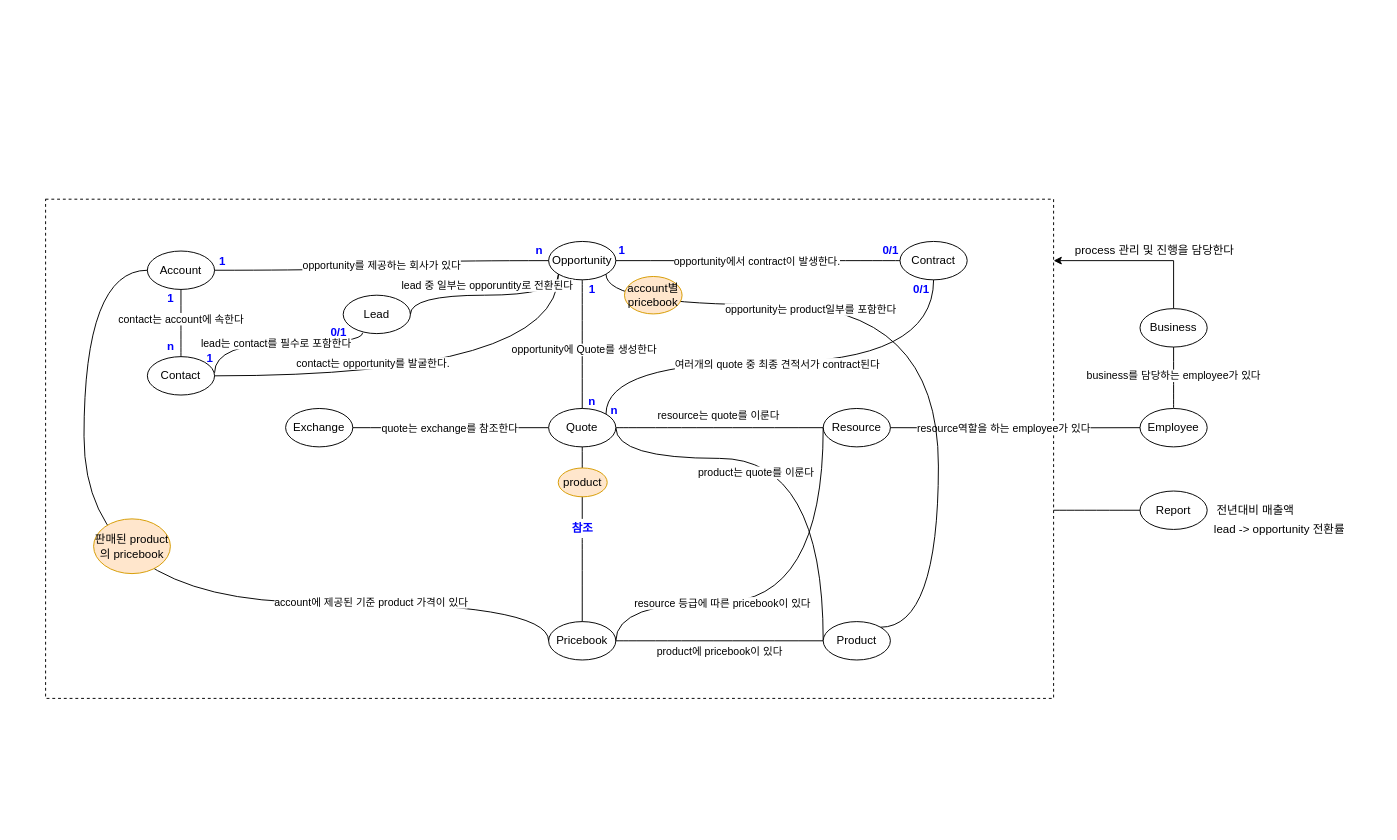
This is page "Copy of 개념설계_수정" (3 of 4) of newyork프로젝트_개념설계.drawio from cknet-saleforce/newyork, a draw.io file, before an edit. Source tidied: cells renumbered, new cells numbered last; positions are measured from the earlier drawing's top-left corner, leaving out a move shared by most shapes. Both pictures are drawn from the tidied source at 96%, with x=0, y=0 at pixel (45, 199).
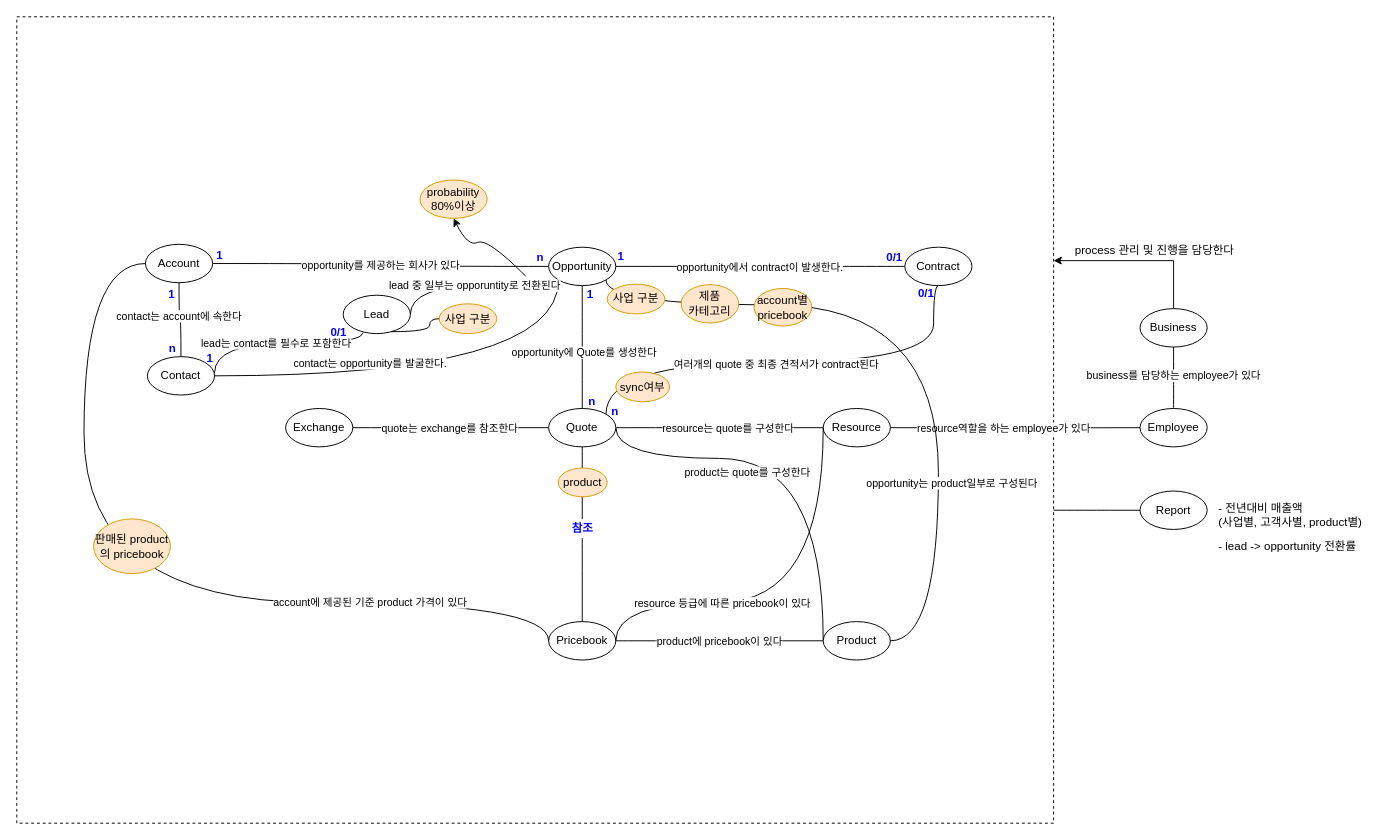
The same diagram, later.

Commit message:
Update newyork프로젝트_개념설계.drawio

Unchanged cells that the change refers to:
```xml
<mxCell id="8" value="Pricebook" style="ellipse;whiteSpace=wrap;html=1;" parent="1" vertex="1">
  <mxGeometry x="524" y="440" width="70" height="40" as="geometry" />
</mxCell>
<mxCell id="20" style="edgeStyle=orthogonalEdgeStyle;jettySize=auto;html=1;entryX=0;entryY=0.5;entryDx=0;entryDy=0;strokeColor=default;curved=1;endArrow=none;endFill=0;exitX=1;exitY=0.5;exitDx=0;exitDy=0;" parent="1" edge="1" source="8" target="33">
  <mxGeometry relative="1" as="geometry" />
</mxCell>
<mxCell id="22" style="edgeStyle=orthogonalEdgeStyle;jettySize=auto;html=1;entryX=1;entryY=0.5;entryDx=0;entryDy=0;strokeColor=default;curved=1;endArrow=none;endFill=0;exitX=0;exitY=0.5;exitDx=0;exitDy=0;" parent="1" edge="1" source="33" target="32">
  <mxGeometry relative="1" as="geometry">
    <Array as="points">
      <mxPoint x="810" y="270" />
      <mxPoint x="594" y="270" />
    </Array>
  </mxGeometry>
</mxCell>
<mxCell id="30" style="edgeStyle=orthogonalEdgeStyle;jettySize=auto;html=1;entryX=0;entryY=0.5;entryDx=0;entryDy=0;strokeColor=default;curved=1;endArrow=none;endFill=0;exitX=1;exitY=0.5;exitDx=0;exitDy=0;" parent="1" edge="1" source="32" target="7">
  <mxGeometry relative="1" as="geometry" />
</mxCell>
<mxCell id="33" value="Product" style="ellipse;whiteSpace=wrap;html=1;" parent="1" vertex="1">
  <mxGeometry x="810" y="440" width="70" height="40" as="geometry" />
</mxCell>
```

The edit, as a diff of the source:
```diff
@@
     <mxCell id="2" style="rounded=0;whiteSpace=wrap;html=1;fillColor=none;dashed=1;strokeWidth=1;" parent="1" vertex="1">
-      <mxGeometry width="1050" height="520" as="geometry" />
+      <mxGeometry x="-30" y="-190" width="1080" height="840" as="geometry" />
     </mxCell>
     <mxCell id="3" value="Account" style="ellipse;whiteSpace=wrap;html=1;" parent="1" vertex="1">
-      <mxGeometry x="106" y="54" width="70" height="40" as="geometry" />
+      <mxGeometry x="104" y="47" width="70" height="40" as="geometry" />
     </mxCell>
@@
     <mxCell id="5" value="Opportunity" style="ellipse;whiteSpace=wrap;html=1;" parent="1" vertex="1">
-      <mxGeometry x="524" y="44" width="70" height="40" as="geometry" />
+      <mxGeometry x="524" y="50" width="70" height="40" as="geometry" />
     </mxCell>
     <mxCell id="6" value="Contract" style="ellipse;whiteSpace=wrap;html=1;" parent="1" vertex="1">
-      <mxGeometry x="890" y="44" width="70" height="40" as="geometry" />
+      <mxGeometry x="895" y="50" width="70" height="40" as="geometry" />
     </mxCell>
@@
     <mxCell id="21" value="product에 pricebook이 있다" style="edgeLabel;html=1;align=center;verticalAlign=middle;" parent="20" vertex="1">
       <mxGeometry x="0.12" y="6" relative="1" as="geometry">
-        <mxPoint x="-14" y="16" as="offset" />
+        <mxPoint x="-14" y="6" as="offset" />
       </mxGeometry>
     </mxCell>
@@
-    <mxCell id="23" value="product는 quote를 이룬다" style="edgeLabel;html=1;align=center;verticalAlign=middle;" parent="22" vertex="1">
+    <mxCell id="23" value="product는 quote를 구성한다" style="edgeLabel;html=1;align=center;verticalAlign=middle;" parent="22" vertex="1">
       <mxGeometry x="-0.21" y="3" relative="1" as="geometry">
-        <mxPoint x="-68" y="-3" as="offset" />
+        <mxPoint x="-77" y="-3" as="offset" />
       </mxGeometry>
     </mxCell>
@@
     <mxCell id="26" value="account에 제공된 기준 product 가격이 있다" style="edgeStyle=orthogonalEdgeStyle;jettySize=auto;html=1;entryX=0;entryY=0.5;entryDx=0;entryDy=0;strokeColor=default;curved=1;endArrow=none;endFill=0;exitX=0;exitY=0.5;exitDx=0;exitDy=0;" parent="1" edge="1" source="8" target="3">
       <mxGeometry x="-0.52" relative="1" as="geometry">
         <Array as="points">
           <mxPoint x="524" y="420" />
           <mxPoint x="40" y="420" />
-          <mxPoint x="40" y="74" />
+          <mxPoint x="40" y="67" />
         </Array>
       </mxGeometry>
     </mxCell>
@@
-    <mxCell id="31" value="resource는 quote를 이룬다" style="edgeLabel;html=1;align=center;verticalAlign=middle;" parent="30" vertex="1">
+    <mxCell id="31" value="resource는 quote를 구성한다" style="edgeLabel;html=1;align=center;verticalAlign=middle;" parent="30" vertex="1">
       <mxGeometry x="-0.08" y="4" relative="1" as="geometry">
-        <mxPoint x="7" y="-10" as="offset" />
+        <mxPoint x="17" y="4" as="offset" />
       </mxGeometry>
     </mxCell>
@@
     <mxCell id="40" value="lead 중 일부는 opporuntity로 전환된다" style="edgeStyle=orthogonalEdgeStyle;jettySize=auto;html=1;entryX=0;entryY=1;entryDx=0;entryDy=0;strokeColor=default;curved=1;endArrow=none;endFill=0;" parent="1" edge="1" target="5">
-      <mxGeometry x="0.02" y="10" relative="1" as="geometry">
+      <mxGeometry x="0.02" relative="1" as="geometry">
         <mxPoint x="380" y="120" as="sourcePoint" />
         <Array as="points">
-          <mxPoint x="380" y="100" />
-          <mxPoint x="534" y="100" />
+          <mxPoint x="380" y="90" />
+          <mxPoint x="534" y="90" />
         </Array>
       </mxGeometry>
     </mxCell>
@@
-    <mxCell id="46" value="전년대비 매출액" style="text;html=1;align=center;verticalAlign=middle;strokeColor=none;fillColor=none;" parent="1" vertex="1">
-      <mxGeometry x="1210" y="314" width="100" height="20" as="geometry" />
+    <mxCell id="46" value="- 전년대비 매출액&lt;br&gt;(사업별, 고객사별, product별)" style="text;html=1;align=left;verticalAlign=middle;strokeColor=none;fillColor=none;" parent="1" vertex="1">
+      <mxGeometry x="1220" y="314" width="170" height="30" as="geometry" />
     </mxCell>
-    <mxCell id="47" value="lead -&amp;gt; opportunity 전환률" style="text;html=1;align=center;verticalAlign=middle;strokeColor=none;fillColor=none;" parent="1" vertex="1">
-      <mxGeometry x="1210" y="334" width="150" height="20" as="geometry" />
+    <mxCell id="47" value="- lead -&amp;gt; opportunity 전환률" style="text;html=1;align=left;verticalAlign=middle;strokeColor=none;fillColor=none;" parent="1" vertex="1">
+      <mxGeometry x="1220" y="351.5" width="160" height="20" as="geometry" />
     </mxCell>
-    <mxCell id="48" style="edgeStyle=orthogonalEdgeStyle;jettySize=auto;html=1;strokeColor=default;curved=1;endArrow=none;endFill=0;exitX=1;exitY=1;exitDx=0;exitDy=0;entryX=1;entryY=0;entryDx=0;entryDy=0;" parent="1" edge="1" source="5" target="33">
+    <mxCell id="48" style="edgeStyle=orthogonalEdgeStyle;jettySize=auto;html=1;strokeColor=default;curved=1;endArrow=none;endFill=0;exitX=1;exitY=1;exitDx=0;exitDy=0;entryX=1;entryY=0.5;entryDx=0;entryDy=0;" parent="1" edge="1" source="5" target="33">
       <mxGeometry relative="1" as="geometry">
         <Array as="points">
           <mxPoint x="584" y="110" />
           <mxPoint x="930" y="110" />
-          <mxPoint x="930" y="446" />
+          <mxPoint x="930" y="460" />
         </Array>
       </mxGeometry>
     </mxCell>
-    <mxCell id="49" value="opportunity는 product일부를 포함한다" style="edgeLabel;html=1;align=center;verticalAlign=middle;" parent="48" vertex="1">
+    <mxCell id="49" value="opportunity는 product일부로 구성된다" style="edgeLabel;html=1;align=center;verticalAlign=middle;" parent="48" vertex="1">
       <mxGeometry x="-0.17" y="4" relative="1" as="geometry">
-        <mxPoint x="-76" y="8" as="offset" />
+        <mxPoint x="66" y="189" as="offset" />
       </mxGeometry>
     </mxCell>
     <mxCell id="50" value="account별pricebook" style="ellipse;whiteSpace=wrap;html=1;fillColor=#ffe6cc;strokeColor=#d79b00;" parent="1" vertex="1">
-      <mxGeometry x="603" y="80.5" width="60" height="39" as="geometry" />
+      <mxGeometry x="738" y="93" width="60" height="39" as="geometry" />
     </mxCell>
     <mxCell id="51" value="1" style="text;html=1;align=center;verticalAlign=middle;strokeColor=none;fillColor=none;fontStyle=1;fontColor=#0000FF;" parent="1" vertex="1">
-      <mxGeometry x="590" y="44" width="20" height="20" as="geometry" />
+      <mxGeometry x="589" y="50" width="20" height="20" as="geometry" />
     </mxCell>
     <mxCell id="52" value="0/1" style="text;html=1;align=center;verticalAlign=middle;strokeColor=none;fillColor=none;fontStyle=1;fontColor=#0000FF;" parent="1" vertex="1">
-      <mxGeometry x="865" y="44" width="30" height="20" as="geometry" />
+      <mxGeometry x="869" y="51" width="30" height="20" as="geometry" />
     </mxCell>
@@
     <mxCell id="54" value="1" style="text;html=1;align=center;verticalAlign=middle;strokeColor=none;fillColor=none;fontStyle=1;fontColor=#0000FF;" parent="1" vertex="1">
-      <mxGeometry x="559" y="84" width="20" height="20" as="geometry" />
+      <mxGeometry x="557" y="89" width="20" height="20" as="geometry" />
     </mxCell>
@@
     <mxCell id="58" value="1" style="text;html=1;align=center;verticalAlign=middle;strokeColor=none;fillColor=none;fontStyle=1;fontColor=#0000FF;" parent="1" vertex="1">
-      <mxGeometry x="174" y="55" width="20" height="20" as="geometry" />
+      <mxGeometry x="171" y="49" width="20" height="20" as="geometry" />
     </mxCell>
     <mxCell id="59" value="n" style="text;html=1;align=center;verticalAlign=middle;strokeColor=none;fillColor=none;fontStyle=1;fontColor=#0000FF;" parent="1" vertex="1">
-      <mxGeometry x="504" y="44" width="20" height="20" as="geometry" />
+      <mxGeometry x="505" y="51" width="20" height="20" as="geometry" />
     </mxCell>
     <mxCell id="60" value="1" style="text;html=1;align=center;verticalAlign=middle;strokeColor=none;fillColor=none;fontStyle=1;fontColor=#0000FF;" parent="1" vertex="1">
-      <mxGeometry x="120" y="94" width="20" height="20" as="geometry" />
+      <mxGeometry x="121" y="89" width="20" height="20" as="geometry" />
     </mxCell>
     <mxCell id="61" value="n" style="text;html=1;align=center;verticalAlign=middle;strokeColor=none;fillColor=none;fontStyle=1;fontColor=#0000FF;" parent="1" vertex="1">
-      <mxGeometry x="120" y="144" width="20" height="20" as="geometry" />
+      <mxGeometry x="122" y="146" width="20" height="20" as="geometry" />
     </mxCell>
@@
     <mxCell id="65" value="0/1" style="text;html=1;align=center;verticalAlign=middle;strokeColor=none;fillColor=none;fontStyle=1;fontColor=#0000FF;" parent="1" vertex="1">
-      <mxGeometry x="897" y="84" width="30" height="20" as="geometry" />
+      <mxGeometry x="902" y="88" width="30" height="20" as="geometry" />
     </mxCell>
     <mxCell id="66" value="n" style="text;html=1;align=center;verticalAlign=middle;strokeColor=none;fillColor=none;fontStyle=1;fontColor=#0000FF;" parent="1" vertex="1">
-      <mxGeometry x="582" y="210" width="20" height="20" as="geometry" />
+      <mxGeometry x="583" y="211" width="20" height="20" as="geometry" />
     </mxCell>
@@
+    <mxCell id="68" value="probability&lt;br&gt;80%이상" style="ellipse;whiteSpace=wrap;html=1;fillColor=#ffe6cc;strokeColor=#d79b00;" parent="1" vertex="1">
+      <mxGeometry x="390" y="-20" width="70" height="40" as="geometry" />
+    </mxCell>
+    <mxCell id="69" style="curved=1;endArrow=classic;html=1;rounded=0;fontColor=#0000FF;strokeColor=#000000;entryX=0.5;entryY=1;entryDx=0;entryDy=0;" parent="1" edge="1" target="68">
+      <mxGeometry relative="1" as="geometry">
+        <mxPoint x="500" y="80" as="sourcePoint" />
+        <Array as="points">
+          <mxPoint x="460" y="40" />
+          <mxPoint x="440" y="50" />
+        </Array>
+      </mxGeometry>
+    </mxCell>
+    <mxCell id="70" value="제품&lt;br&gt;카테고리" style="ellipse;whiteSpace=wrap;html=1;fillColor=#ffe6cc;strokeColor=#d79b00;" parent="1" vertex="1">
+      <mxGeometry x="662" y="89" width="60" height="40" as="geometry" />
+    </mxCell>
+    <mxCell id="71" value="사업 구분" style="ellipse;whiteSpace=wrap;html=1;fillColor=#ffe6cc;strokeColor=#d79b00;" parent="1" vertex="1">
+      <mxGeometry x="410" y="109" width="60" height="31" as="geometry" />
+    </mxCell>
+    <mxCell id="72" value="사업 구분" style="ellipse;whiteSpace=wrap;html=1;fillColor=#ffe6cc;strokeColor=#d79b00;" parent="1" vertex="1">
+      <mxGeometry x="585" y="88.5" width="60" height="31" as="geometry" />
+    </mxCell>
+    <mxCell id="73" style="edgeStyle=orthogonalEdgeStyle;jettySize=auto;html=1;strokeColor=default;curved=1;endArrow=none;endFill=0;entryX=0;entryY=0.5;entryDx=0;entryDy=0;" parent="1" edge="1" target="71">
+      <mxGeometry relative="1" as="geometry">
+        <mxPoint x="360" y="138" as="sourcePoint" />
+        <Array as="points">
+          <mxPoint x="400" y="138" />
+          <mxPoint x="400" y="125" />
+        </Array>
+      </mxGeometry>
+    </mxCell>
+    <mxCell id="74" value="sync여부" style="ellipse;whiteSpace=wrap;html=1;fillColor=#ffe6cc;strokeColor=#d79b00;" parent="1" vertex="1">
+      <mxGeometry x="594" y="180" width="56" height="31" as="geometry" />
+    </mxCell>
```
